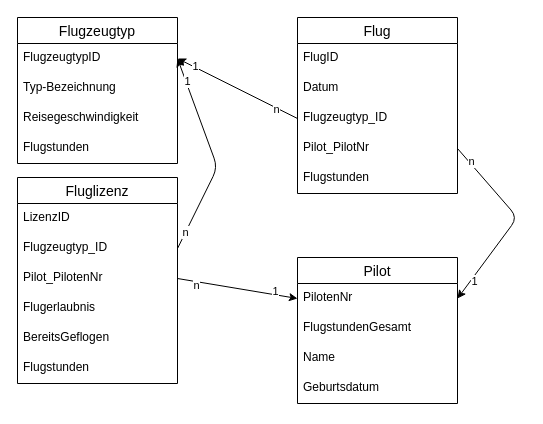
This is IF11C/AWP/images/LM_Flug.drawio from Semoxea/IF11C, a draw.io file, before an edit. Source tidied: cells renumbered, new cells numbered last; positions are measured from the earlier drawing's top-left corner, leaving out a move shared by most shapes. Both pictures are drawn from the tidied source at 100%, with x=0, y=0 at pixel (17, 17).
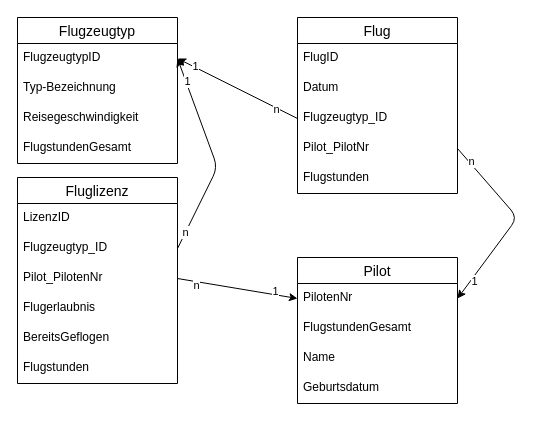
Above is the later version.

Unchanged cells that the change refers to:
```xml
<mxCell id="2" value="Flugzeugtyp" style="swimlane;fontStyle=0;horizontal=1;startSize=26;align=center;fontSize=14;" parent="1" vertex="1">
  <mxGeometry width="160" height="146" as="geometry" />
</mxCell>
```

The edit, as a diff of the source:
```diff
@@
-    <mxCell id="6" value="Flugstunden" style="text;strokeColor=none;fillColor=none;spacingLeft=4;spacingRight=4;overflow=hidden;fontSize=12;" parent="2" vertex="1">
+    <mxCell id="6" value="FlugstundenGesamt" style="text;strokeColor=none;fillColor=none;spacingLeft=4;spacingRight=4;overflow=hidden;fontSize=12;" parent="2" vertex="1">
       <mxGeometry y="116" width="160" height="30" as="geometry" />
     </mxCell>
```
